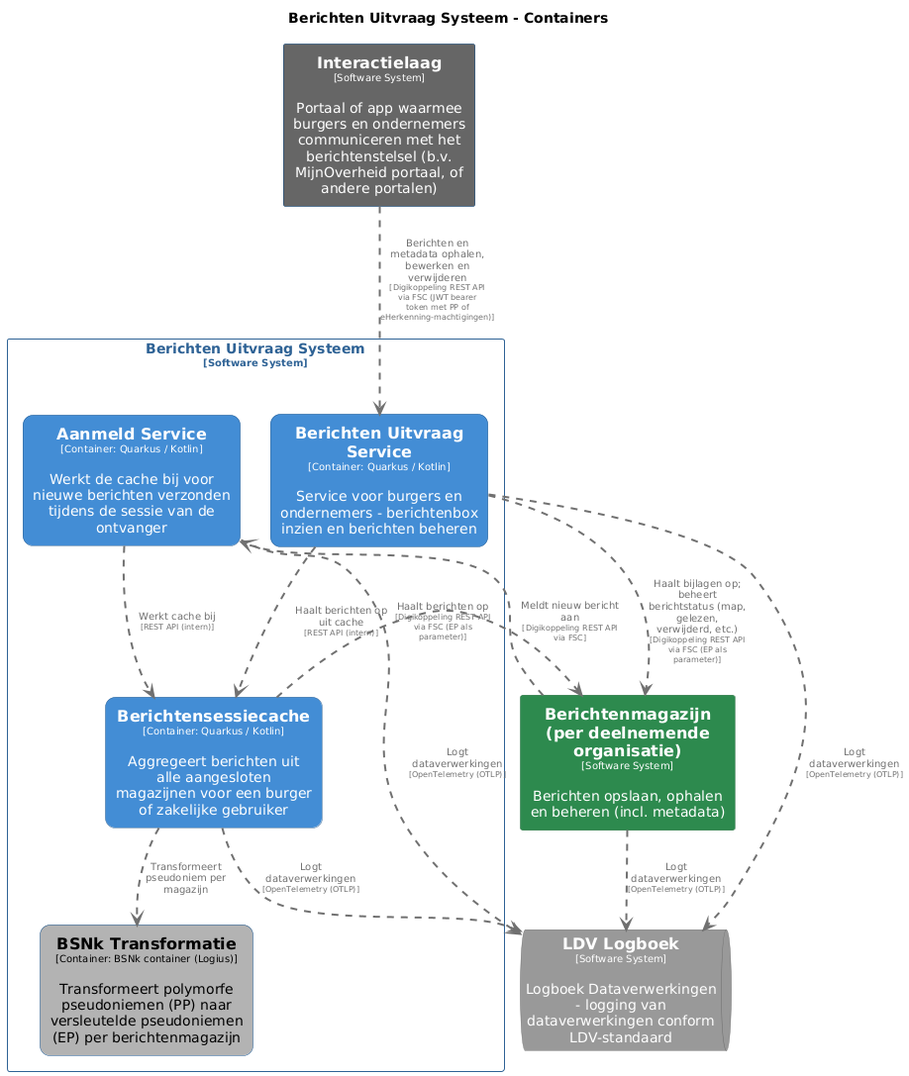
This is pr-preview/pr-22/master/png/BerichtenUitvraagSysteemContainers.png from MinBZK/moza-poc-fbs-berichtenbox, a PlantUML export, as it was before one commit.
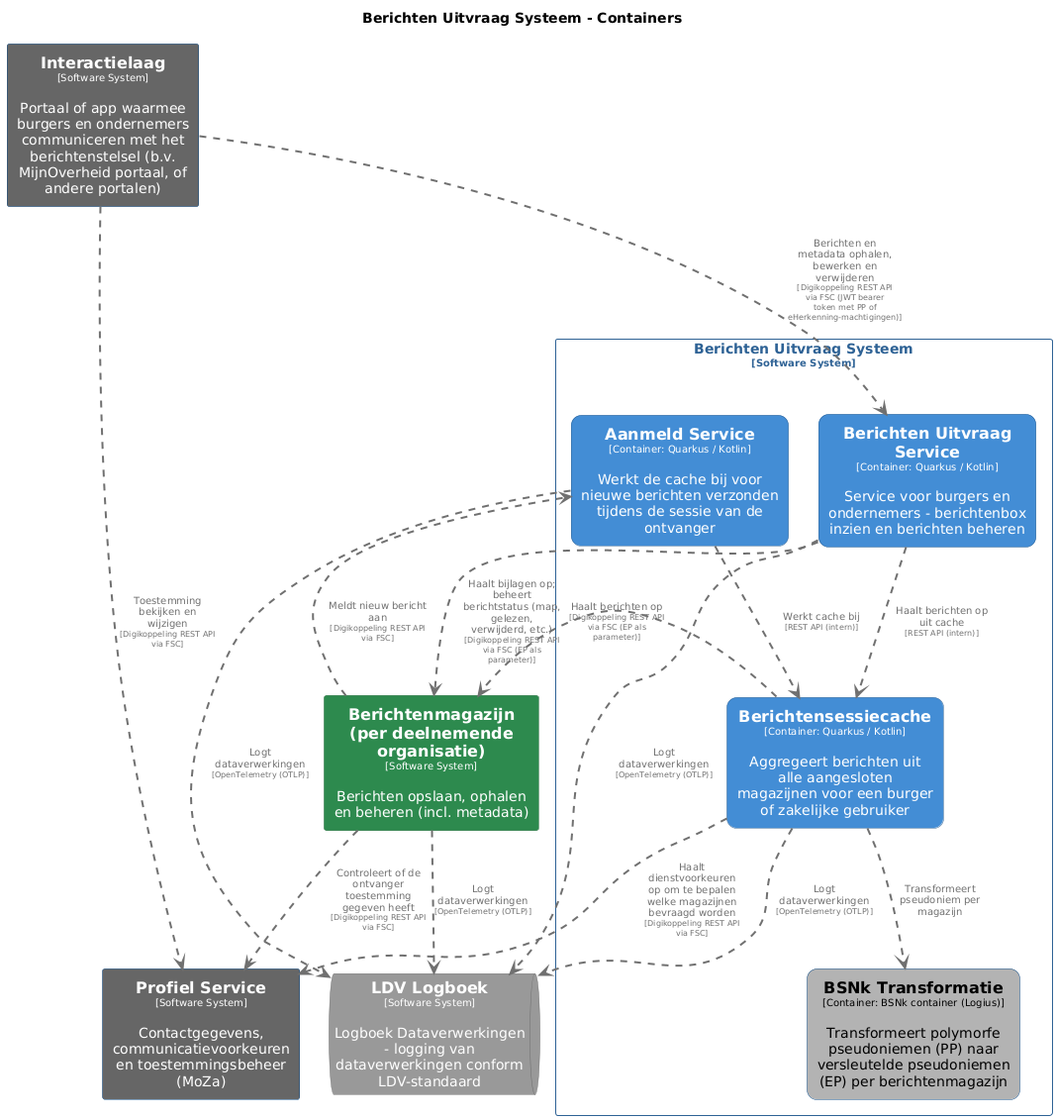
The same diagram one commit later.

What changed in the source:
```diff
@@ -61,12 +61,19 @@
   BorderColor #6b6b6b
   shadowing false
 }
+skinparam rectangle<<ProfielService>> {
+  BackgroundColor #666666
+  FontColor #ffffff
+  BorderColor #0b4884
+  shadowing false
+}
 skinparam rectangle<<BerichtenUitvraagSysteem>> {
   BorderColor #2e6295
   FontColor #2e6295
   shadowing false
 }
 
+rectangle "==Profiel Service\n<size:10>[Software System]</size>\n\nContactgegevens, communicatievoorkeuren en toestemmingsbeheer (MoZa)" <<ProfielService>> as ProfielService
 rectangle "==Interactielaag\n<size:10>[Software System]</size>\n\nPortaal of app waarmee burgers en ondernemers communiceren met het berichtenstelsel (b.v. MijnOverheid portaal, of andere portalen)" <<Interactielaag>> as Interactielaag
 rectangle "==Berichtenmagazijn (per deelnemende organisatie)\n<size:10>[Software System]</size>\n\nBerichten opslaan, ophalen en beheren (incl. metadata)" <<Berichtenmagazijnperdeelnemendeorganisatie>> as Berichtenmagazijnperdeelnemendeorganisatie
 queue "==LDV Logboek\n<size:10>[Software System]</size>\n\nLogboek Dataverwerkingen - logging van dataverwerkingen conform LDV-standaard" <<LDVLogboek>> as LDVLogboek
@@ -87,6 +94,9 @@
 BerichtenUitvraagSysteem.AanmeldService .[#707070,thickness=2].> BerichtenUitvraagSysteem.Berichtensessiecache : "<color:#707070>Werkt cache bij\n<color:#707070><size:8>[REST API (intern)]</size>"
 BerichtenUitvraagSysteem.BerichtenUitvraagService .[#707070,thickness=2].> BerichtenUitvraagSysteem.Berichtensessiecache : "<color:#707070>Haalt berichten op uit cache\n<color:#707070><size:8>[REST API (intern)]</size>"
 Interactielaag .[#707070,thickness=2].> BerichtenUitvraagSysteem.BerichtenUitvraagService : "<color:#707070>Berichten en metadata ophalen, bewerken en verwijderen\n<color:#707070><size:8>[Digikoppeling REST API via FSC (JWT bearer token met PP of eHerkenning-machtigingen)]</size>"
+Interactielaag .[#707070,thickness=2].> ProfielService : "<color:#707070>Toestemming bekijken en wijzigen\n<color:#707070><size:8>[Digikoppeling REST API via FSC]</size>"
 BerichtenUitvraagSysteem.BerichtenUitvraagService .[#707070,thickness=2].> Berichtenmagazijnperdeelnemendeorganisatie : "<color:#707070>Haalt bijlagen op; beheert berichtstatus (map, gelezen, verwijderd, etc.)\n<color:#707070><size:8>[Digikoppeling REST API via FSC (EP als parameter)]</size>"
 Berichtenmagazijnperdeelnemendeorganisatie .[#707070,thickness=2].> BerichtenUitvraagSysteem.AanmeldService : "<color:#707070>Meldt nieuw bericht aan\n<color:#707070><size:8>[Digikoppeling REST API via FSC]</size>"
+Berichtenmagazijnperdeelnemendeorganisatie .[#707070,thickness=2].> ProfielService : "<color:#707070>Controleert of de ontvanger toestemming gegeven heeft\n<color:#707070><size:8>[Digikoppeling REST API via FSC]</size>"
+BerichtenUitvraagSysteem.Berichtensessiecache .[#707070,thickness=2].> ProfielService : "<color:#707070>Haalt dienstvoorkeuren op om te bepalen welke magazijnen bevraagd worden\n<color:#707070><size:8>[Digikoppeling REST API via FSC]</size>"
 @enduml
```
